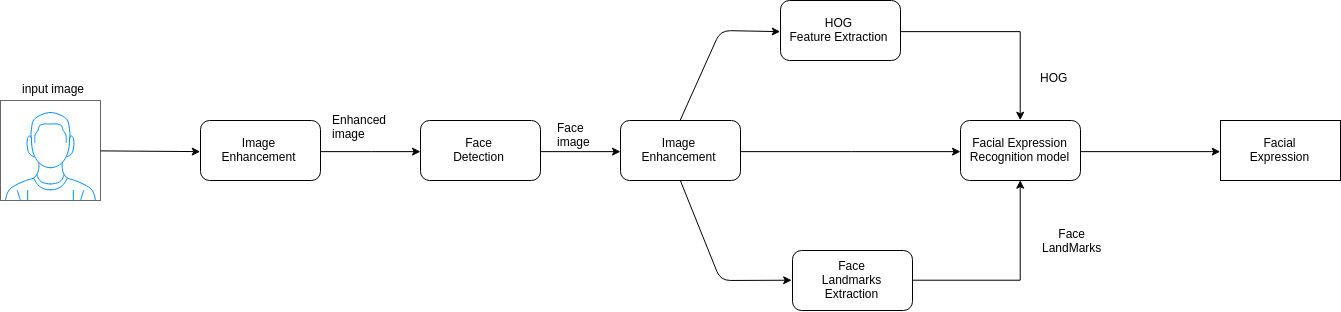
AmrSaber/Cerebro keeps this draw.io diagram as book/images/facial_expression_detection.png. Above is the earlier version. Source tidied: cells renumbered, new cells last; positions are measured from the earlier drawing's top-left corner, leaving out a move shared by most shapes.
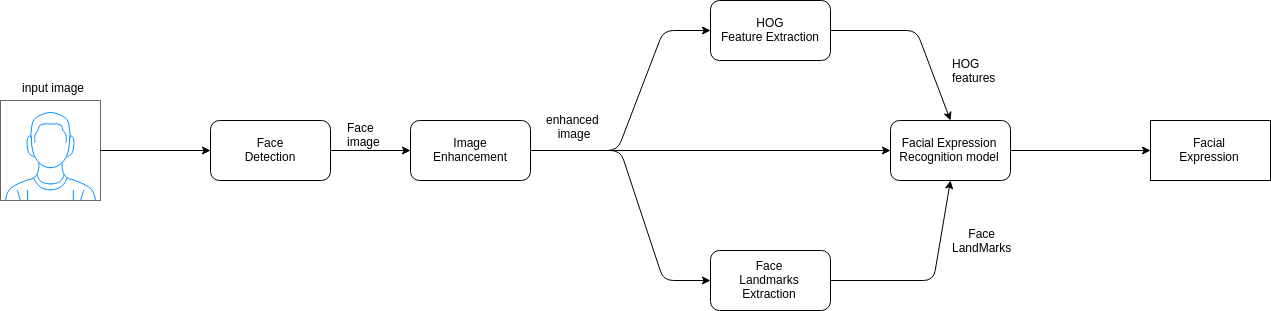
Above is the later version.

Commit message:
updated the system architecture content

Change to the diagram source:
```diff
@@ -3,78 +3,83 @@
     <mxCell id="0" />
     <mxCell id="1" parent="0" />
     <mxCell id="2" style="verticalLabelPosition=bottom;shadow=0;dashed=0;align=center;html=1;verticalAlign=top;strokeWidth=1;shape=mxgraph.mockup.containers.userMale;strokeColor=#666666;strokeColor2=#008cff;fillColor=#ffffff;" parent="1" vertex="1">
-      <mxGeometry y="100" width="100" height="100" as="geometry" />
+      <mxGeometry x="210" y="100" width="100" height="100" as="geometry" />
     </mxCell>
     <mxCell id="3" style="edgeStyle=orthogonalEdgeStyle;rounded=0;jettySize=auto;html=1;exitX=1;exitY=0.5;exitDx=0;exitDy=0;" parent="1" edge="1" source="4" target="6">
       <mxGeometry relative="1" as="geometry" />
     </mxCell>
-    <mxCell id="4" value="Image&lt;br&gt;Enhancement&lt;br&gt;" style="rounded=1;whiteSpace=wrap;html=1;" parent="1" vertex="1">
-      <mxGeometry x="200" y="120" width="120" height="60" as="geometry" />
+    <mxCell id="4" value="Face&lt;br&gt;Detection&lt;br&gt;" style="rounded=1;whiteSpace=wrap;html=1;" parent="1" vertex="1">
+      <mxGeometry x="420" y="120" width="120" height="60" as="geometry" />
     </mxCell>
-    <mxCell id="5" style="edgeStyle=orthogonalEdgeStyle;rounded=0;jettySize=auto;html=1;exitX=1;exitY=0.5;exitDx=0;exitDy=0;" parent="1" edge="1" source="6" target="8">
+    <mxCell id="5" style="edgeStyle=orthogonalEdgeStyle;rounded=0;jettySize=auto;html=1;exitX=1;exitY=0.5;exitDx=0;exitDy=0;" parent="1" edge="1" source="6" target="10">
       <mxGeometry relative="1" as="geometry" />
     </mxCell>
-    <mxCell id="6" value="Face&lt;br&gt;Detection&lt;br&gt;" style="rounded=1;whiteSpace=wrap;html=1;" parent="1" vertex="1">
-      <mxGeometry x="420" y="120" width="120" height="60" as="geometry" />
+    <mxCell id="6" value="Image&lt;br&gt;Enhancement&lt;br&gt;" style="rounded=1;whiteSpace=wrap;html=1;" parent="1" vertex="1">
+      <mxGeometry x="620" y="120" width="120" height="60" as="geometry" />
     </mxCell>
-    <mxCell id="7" style="edgeStyle=orthogonalEdgeStyle;rounded=0;jettySize=auto;html=1;exitX=1;exitY=0.5;exitDx=0;exitDy=0;" parent="1" edge="1" source="8" target="14">
-      <mxGeometry relative="1" as="geometry" />
+    <mxCell id="7" value="HOG&lt;br&gt;Feature Extraction&lt;br&gt;" style="rounded=1;whiteSpace=wrap;html=1;" parent="1" vertex="1">
+      <mxGeometry x="920" width="120" height="60" as="geometry" />
     </mxCell>
-    <mxCell id="8" value="Image&lt;br&gt;Enhancement&lt;br&gt;" style="rounded=1;whiteSpace=wrap;html=1;" parent="1" vertex="1">
-      <mxGeometry x="620" y="120" width="120" height="60" as="geometry" />
+    <mxCell id="8" value="Face&lt;br&gt;Landmarks&lt;br&gt;Extraction&lt;br&gt;" style="rounded=1;whiteSpace=wrap;html=1;" parent="1" vertex="1">
+      <mxGeometry x="920" y="250" width="120" height="60" as="geometry" />
     </mxCell>
-    <mxCell id="9" style="edgeStyle=orthogonalEdgeStyle;rounded=0;jettySize=auto;html=1;exitX=1;exitY=0.5;exitDx=0;exitDy=0;entryX=0.5;entryY=0;entryDx=0;entryDy=0;" parent="1" edge="1" source="10" target="14">
+    <mxCell id="9" style="edgeStyle=orthogonalEdgeStyle;rounded=0;jettySize=auto;html=1;exitX=1;exitY=0.5;exitDx=0;exitDy=0;entryX=0;entryY=0.5;entryDx=0;entryDy=0;" parent="1" edge="1" source="10" target="11">
       <mxGeometry relative="1" as="geometry" />
     </mxCell>
-    <mxCell id="10" value="HOG&lt;br&gt;Feature Extraction&lt;br&gt;" style="rounded=1;whiteSpace=wrap;html=1;" parent="1" vertex="1">
-      <mxGeometry x="780" width="120" height="60" as="geometry" />
+    <mxCell id="10" value="Facial Expression&lt;br&gt;Recognition model&lt;br&gt;" style="rounded=1;whiteSpace=wrap;html=1;" parent="1" vertex="1">
+      <mxGeometry x="1100" y="120" width="120" height="60" as="geometry" />
     </mxCell>
-    <mxCell id="11" style="edgeStyle=orthogonalEdgeStyle;rounded=0;jettySize=auto;html=1;exitX=1;exitY=0.5;exitDx=0;exitDy=0;entryX=0.5;entryY=1;entryDx=0;entryDy=0;" parent="1" edge="1" source="12" target="14">
-      <mxGeometry relative="1" as="geometry" />
+    <mxCell id="11" value="Facial&lt;br&gt;Expression&lt;br&gt;" style="rounded=0;whiteSpace=wrap;html=1;" parent="1" vertex="1">
+      <mxGeometry x="1360" y="120" width="120" height="60" as="geometry" />
     </mxCell>
-    <mxCell id="12" value="Face&lt;br&gt;Landmarks&lt;br&gt;Extraction&lt;br&gt;" style="rounded=1;whiteSpace=wrap;html=1;" parent="1" vertex="1">
-      <mxGeometry x="792" y="250" width="120" height="60" as="geometry" />
+    <mxCell id="12" style="endArrow=classic;html=1;entryX=0;entryY=0.5;entryDx=0;entryDy=0;" parent="1" edge="1" source="2" target="4">
+      <mxGeometry relative="1" as="geometry" />
     </mxCell>
-    <mxCell id="13" style="edgeStyle=orthogonalEdgeStyle;rounded=0;jettySize=auto;html=1;exitX=1;exitY=0.5;exitDx=0;exitDy=0;entryX=0;entryY=0.5;entryDx=0;entryDy=0;" parent="1" edge="1" source="14" target="15">
-      <mxGeometry relative="1" as="geometry" />
+    <mxCell id="13" style="endArrow=classic;html=1;entryX=0;entryY=0.5;entryDx=0;entryDy=0;exitX=1;exitY=0.5;exitDx=0;exitDy=0;" parent="1" edge="1" source="6" target="7">
+      <mxGeometry relative="1" as="geometry">
+        <Array as="points">
+          <mxPoint x="827" y="150" />
+          <mxPoint x="873" y="30" />
+        </Array>
+      </mxGeometry>
     </mxCell>
-    <mxCell id="14" value="Facial Expression&lt;br&gt;Recognition model&lt;br&gt;" style="rounded=1;whiteSpace=wrap;html=1;" parent="1" vertex="1">
-      <mxGeometry x="960" y="120" width="120" height="60" as="geometry" />
+    <mxCell id="14" style="endArrow=classic;html=1;entryX=0;entryY=0.5;entryDx=0;entryDy=0;" parent="1" edge="1" target="8">
+      <mxGeometry relative="1" as="geometry">
+        <mxPoint x="741" y="150" as="sourcePoint" />
+        <Array as="points">
+          <mxPoint x="830" y="150" />
+          <mxPoint x="873" y="280" />
+        </Array>
+      </mxGeometry>
     </mxCell>
-    <mxCell id="15" value="Facial&lt;br&gt;Expression&lt;br&gt;" style="rounded=0;whiteSpace=wrap;html=1;" parent="1" vertex="1">
-      <mxGeometry x="1220" y="120" width="120" height="60" as="geometry" />
+    <mxCell id="15" value="input image" style="text;html=1;points=[];align=left;verticalAlign=top;spacingTop=-4;" parent="1" vertex="1">
+      <mxGeometry x="230" y="78" width="80" height="20" as="geometry" />
     </mxCell>
-    <mxCell id="16" style="endArrow=classic;html=1;entryX=0;entryY=0.5;entryDx=0;entryDy=0;" parent="1" edge="1" source="2" target="4">
-      <mxGeometry relative="1" as="geometry" />
+    <mxCell id="16" value="Face&lt;br&gt;image&lt;br&gt;" style="text;html=1;align=left;verticalAlign=top;spacingTop=-4;" parent="1" vertex="1">
+      <mxGeometry x="555" y="118" width="50" height="30" as="geometry" />
     </mxCell>
-    <mxCell id="17" style="endArrow=classic;html=1;entryX=0;entryY=0.5;entryDx=0;entryDy=0;exitX=0.5;exitY=0;exitDx=0;exitDy=0;" parent="1" edge="1" source="8" target="10">
-      <mxGeometry relative="1" as="geometry">
-        <Array as="points">
-          <mxPoint x="720" y="30" />
-        </Array>
-      </mxGeometry>
+    <mxCell id="17" value="HOG&lt;br&gt;features&lt;br&gt;" style="text;html=1;align=left;verticalAlign=top;spacingTop=-4;" parent="1" vertex="1">
+      <mxGeometry x="1160" y="54" width="53" height="28" as="geometry" />
     </mxCell>
-    <mxCell id="18" style="endArrow=classic;html=1;entryX=0;entryY=0.5;entryDx=0;entryDy=0;exitX=0.5;exitY=1;exitDx=0;exitDy=0;" parent="1" edge="1" source="8" target="12">
-      <mxGeometry relative="1" as="geometry">
-        <Array as="points">
-          <mxPoint x="720" y="280" />
-        </Array>
-      </mxGeometry>
+    <mxCell id="18" value="&lt;div style=&quot;text-align: center&quot;&gt;&lt;span&gt;Face&lt;/span&gt;&lt;/div&gt;&lt;div style=&quot;text-align: left&quot;&gt;&lt;span style=&quot;text-align: center&quot;&gt;LandMarks&lt;/span&gt;&lt;/div&gt;" style="text;html=1;align=left;verticalAlign=top;spacingTop=-4;" parent="1" vertex="1">
+      <mxGeometry x="1160" y="224" width="70" height="30" as="geometry" />
     </mxCell>
-    <mxCell id="19" value="input image" style="text;html=1;align=left;verticalAlign=top;spacingTop=-4;" parent="1" vertex="1">
-      <mxGeometry x="20" y="79" width="80" height="20" as="geometry" />
+    <mxCell id="19" style="endArrow=classic;html=1;entryX=0.5;entryY=0;entryDx=0;entryDy=0;exitX=1;exitY=0.5;exitDx=0;exitDy=0;" parent="1" edge="1" source="7" target="10">
+      <mxGeometry relative="1" as="geometry">
+        <Array as="points">
+          <mxPoint x="1126" y="30" />
+        </Array>
+      </mxGeometry>
     </mxCell>
-    <mxCell id="20" value="Enhanced&amp;nbsp;&lt;br&gt;image&lt;br&gt;" style="text;html=1;align=left;verticalAlign=top;spacingTop=-4;" parent="1" vertex="1">
-      <mxGeometry x="330" y="110" width="70" height="30" as="geometry" />
+    <mxCell id="20" style="endArrow=classic;html=1;entryX=0.5;entryY=1;entryDx=0;entryDy=0;exitX=1;exitY=0.5;exitDx=0;exitDy=0;" parent="1" edge="1" source="8" target="10">
+      <mxGeometry relative="1" as="geometry">
+        <Array as="points">
+          <mxPoint x="1143" y="280" />
+        </Array>
+      </mxGeometry>
     </mxCell>
-    <mxCell id="21" value="Face&lt;br&gt;image&lt;br&gt;" style="text;html=1;align=left;verticalAlign=top;spacingTop=-4;" parent="1" vertex="1">
-      <mxGeometry x="555" y="118" width="50" height="30" as="geometry" />
+    <mxCell id="21" value="&lt;div style=&quot;text-align: center&quot;&gt;&lt;span&gt;enhanced&amp;nbsp;&lt;/span&gt;&lt;/div&gt;&lt;div style=&quot;text-align: center&quot;&gt;&lt;span&gt;image&lt;/span&gt;&lt;/div&gt;" style="text;html=1;align=left;verticalAlign=top;spacingTop=-4;" parent="1" vertex="1">
+      <mxGeometry x="753.5" y="110" width="66" height="28" as="geometry" />
     </mxCell>
-    <mxCell id="22" value="HOG" style="text;html=1;align=left;verticalAlign=top;spacingTop=-4;" parent="1" vertex="1">
-      <mxGeometry x="1038" y="68" width="40" height="20" as="geometry" />
-    </mxCell>
-    <mxCell id="23" value="&lt;div style=&quot;text-align: center&quot;&gt;&lt;span&gt;Face&lt;/span&gt;&lt;/div&gt;&lt;div style=&quot;text-align: left&quot;&gt;&lt;span style=&quot;text-align: center&quot;&gt;LandMarks&lt;/span&gt;&lt;/div&gt;" style="text;html=1;align=left;verticalAlign=top;spacingTop=-4;" parent="1" vertex="1">
-      <mxGeometry x="1040" y="224" width="70" height="30" as="geometry" />
-    </mxCell>
   </root>
 </mxGraphModel>
```
